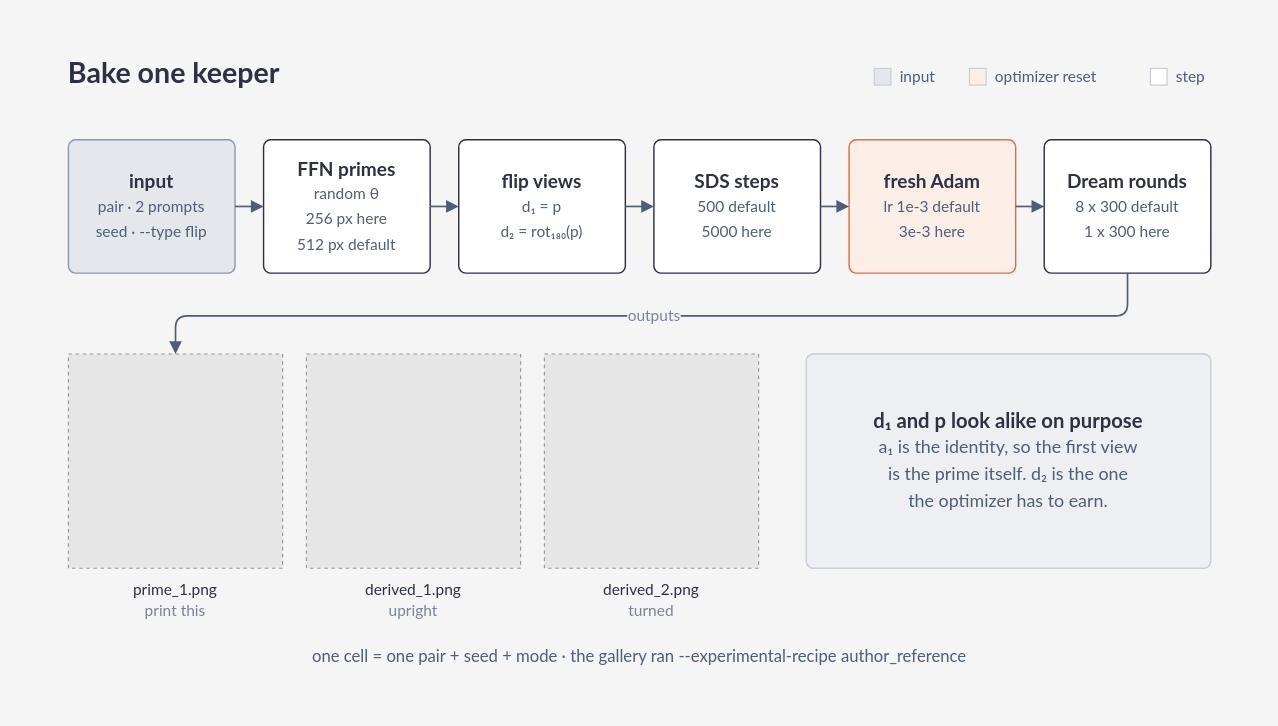
Earlier version of the draw.io diagram docs/figures/workflow.drawio (Portocolom-Studio/potocolom). Source tidied: cells renumbered, new cells numbered last; positions are measured from the earlier drawing's top-left corner, leaving out a move shared by most shapes. Both pictures are drawn from the tidied source at 119%, with x=0, y=0 at pixel (20, 20). Pictures stored in the file or linked from it are replaced by grey dashed boxes.
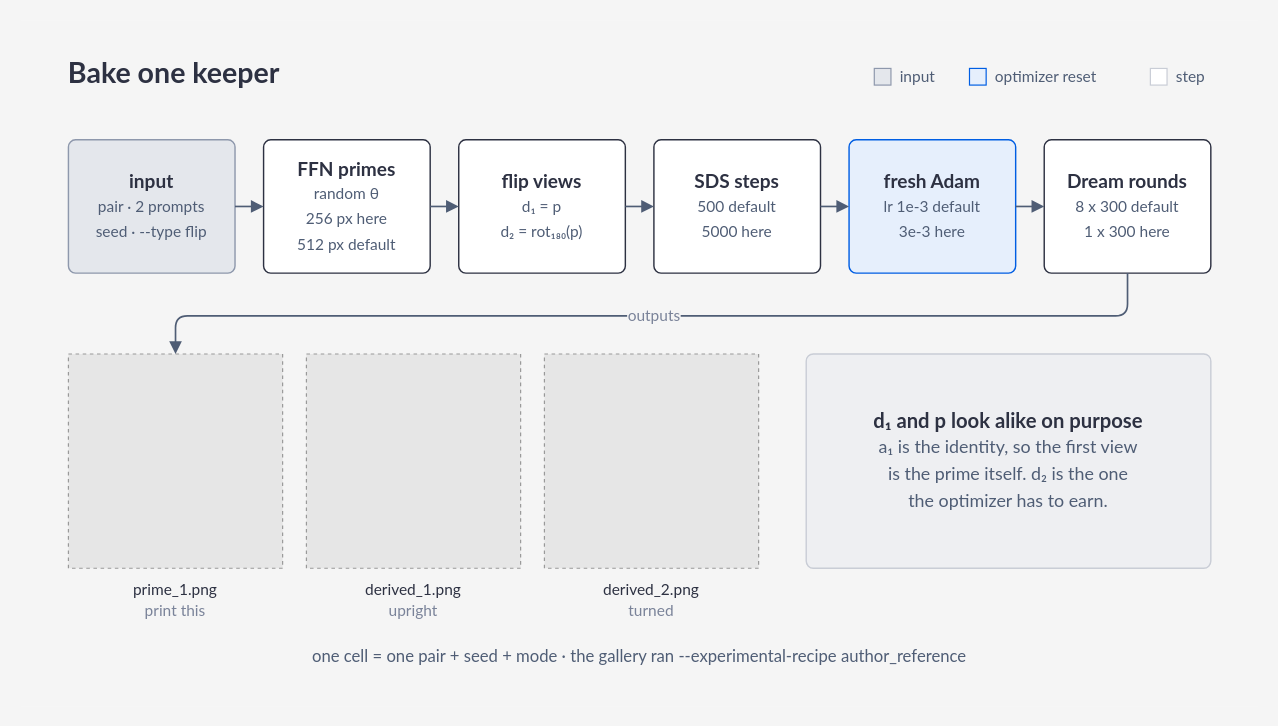
The same diagram, later.

The edit, as a diff of the source:
```diff
@@
-    <mxCell id="6" style="rounded=0;absoluteArcSize=1;arcSize=12;whiteSpace=wrap;html=1;fillColor=#fbeee7;strokeColor=#c9cdd6;strokeWidth=1;fontFamily=Lato;fontSize=16;fontColor=#2d3142;fontStyle=1;align=center;verticalAlign=middle;spacing=10;" parent="1" vertex="1">
+    <mxCell id="6" style="rounded=0;absoluteArcSize=1;arcSize=12;whiteSpace=wrap;html=1;fillColor=#e6effc;strokeColor=#005ee3;strokeWidth=1;fontFamily=Lato;fontSize=16;fontColor=#2d3142;fontStyle=1;align=center;verticalAlign=middle;spacing=10;" parent="1" vertex="1">
       <mxGeometry x="797.2" y="40" width="14" height="14" as="geometry" />
     </mxCell>
@@
-    <mxCell id="8" style="rounded=0;absoluteArcSize=1;arcSize=12;whiteSpace=wrap;html=1;fillColor=#e4e7ec;strokeColor=#c9cdd6;strokeWidth=1;fontFamily=Lato;fontSize=16;fontColor=#2d3142;fontStyle=1;align=center;verticalAlign=middle;spacing=10;" parent="1" vertex="1">
+    <mxCell id="8" style="rounded=0;absoluteArcSize=1;arcSize=12;whiteSpace=wrap;html=1;fillColor=#e4e7ec;strokeColor=#8e98ac;strokeWidth=1;fontFamily=Lato;fontSize=16;fontColor=#2d3142;fontStyle=1;align=center;verticalAlign=middle;spacing=10;" parent="1" vertex="1">
       <mxGeometry x="717.2" y="40" width="14" height="14" as="geometry" />
     </mxCell>
@@
-    <mxCell id="14" value="&lt;b&gt;fresh Adam&lt;/b&gt;&lt;br&gt;&lt;span style=&quot;font-size:13px;font-weight:normal;color:#4f5d75;line-height:1.5&quot;&gt;lr 1e-3 default&lt;br&gt;3e-3 here&lt;/span&gt;" style="rounded=1;absoluteArcSize=1;arcSize=12;whiteSpace=wrap;html=1;fillColor=#fbeee7;strokeColor=#eb6c36;strokeWidth=1.2;fontFamily=Lato;fontSize=16;fontColor=#2d3142;fontStyle=0;align=center;verticalAlign=middle;spacing=10;" parent="1" vertex="1">
+    <mxCell id="14" value="&lt;b&gt;fresh Adam&lt;/b&gt;&lt;br&gt;&lt;span style=&quot;font-size:13px;font-weight:normal;color:#4f5d75;line-height:1.5&quot;&gt;lr 1e-3 default&lt;br&gt;3e-3 here&lt;/span&gt;" style="rounded=1;absoluteArcSize=1;arcSize=12;whiteSpace=wrap;html=1;fillColor=#e6effc;strokeColor=#005ee3;strokeWidth=1.2;fontFamily=Lato;fontSize=16;fontColor=#2d3142;fontStyle=0;align=center;verticalAlign=middle;spacing=10;" parent="1" vertex="1">
       <mxGeometry x="696" y="100" width="140" height="112" as="geometry" />
     </mxCell>
```
